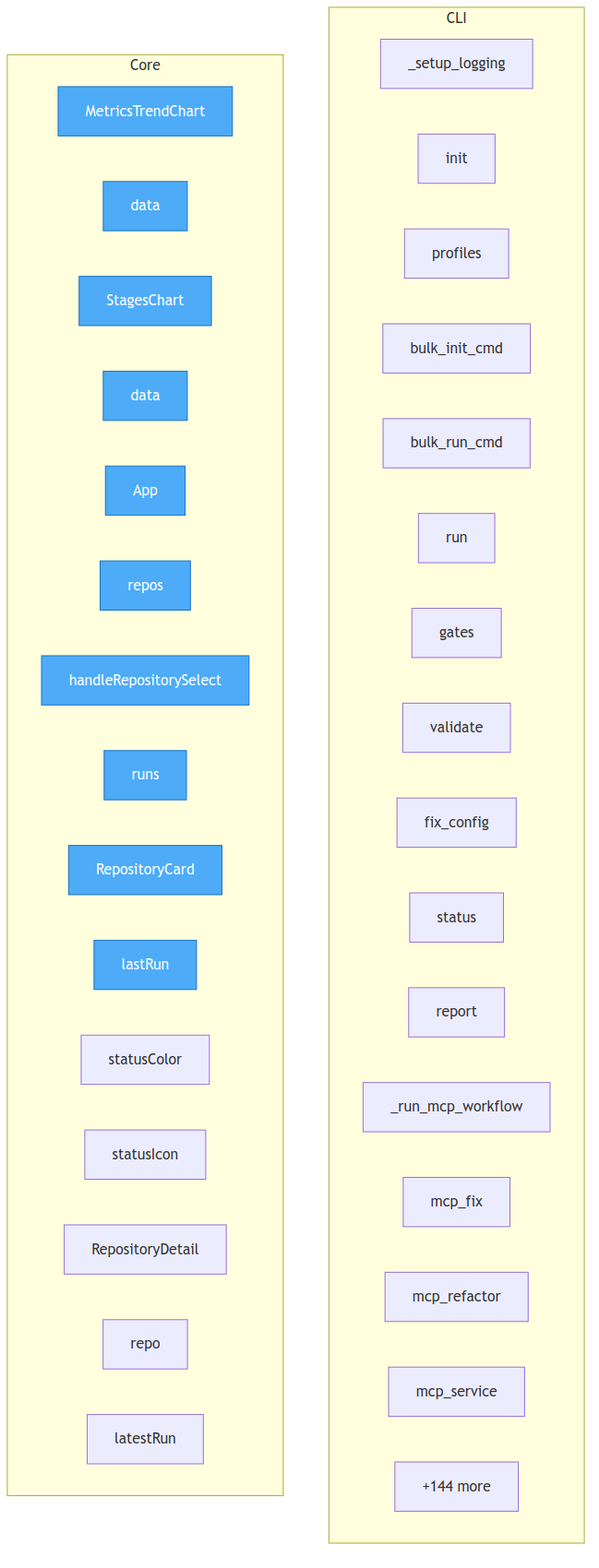
Above: project/flow.png in semcod/pyqual (Mermaid), before the change. Its source is kept beside it as project/flow.mmd.
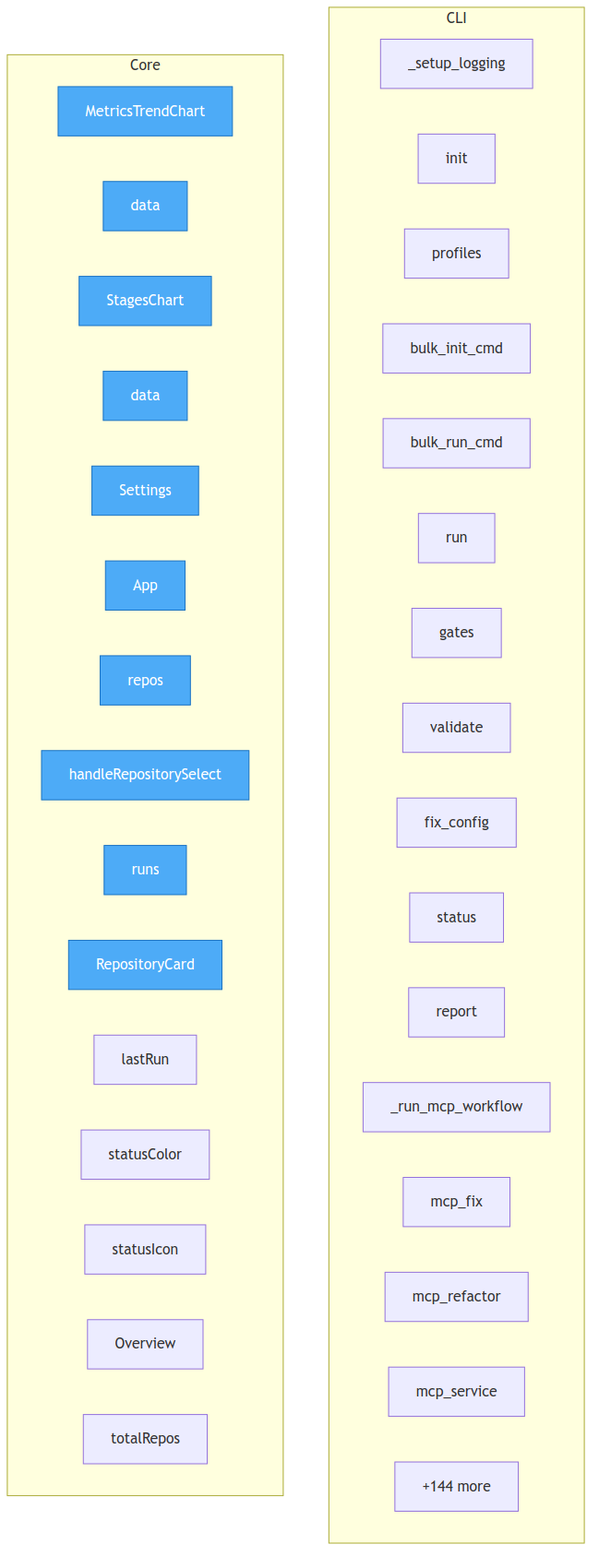
The same file after the commit.

What changed in the source:
```diff
@@ -26,6 +26,7 @@
         dashboard__src__components__MetricsTrendChart__data["data"]
         dashboard__src__components__StagesChart__StagesChart["StagesChart"]
         dashboard__src__components__StagesChart__data["data"]
+        dashboard__src__components__Settings__Settings["Settings"]
         dashboard__src__App__App["App"]
         dashboard__src__App__repos["repos"]
         dashboard__src__App__handleRepositorySelect["handleRepositorySelect"]
@@ -34,10 +35,9 @@
         dashboard__src__App__lastRun["lastRun"]
         dashboard__src__App__statusColor["statusColor"]
         dashboard__src__App__statusIcon["statusIcon"]
-        dashboard__src__components__RepositoryDetail__RepositoryDetail["RepositoryDetail"]
-        dashboard__src__components__RepositoryDetail__repo["repo"]
-        dashboard__src__components__RepositoryDetail__latestRun["latestRun"]
+        dashboard__src__components__Overview__Overview["Overview"]
+        dashboard__src__components__Overview__totalRepos["totalRepos"]
         ...["+144 more"]
     end
 
-    class dashboard__src__components__MetricsTrendChart__MetricsTrendChart,dashboard__src__components__MetricsTrendChart__data,dashboard__src__components__StagesChart__StagesChart,dashboard__src__components__StagesChart__data,dashboard__src__App__App,dashboard__src__App__repos,dashboard__src__App__handleRepositorySelect,dashboard__src__App__runs,dashboard__src__App__RepositoryCard,dashboard__src__App__lastRun entry
+    class dashboard__src__components__MetricsTrendChart__MetricsTrendChart,dashboard__src__components__MetricsTrendChart__data,dashboard__src__components__StagesChart__StagesChart,dashboard__src__components__StagesChart__data,dashboard__src__components__Settings__Settings,dashboard__src__App__App,dashboard__src__App__repos,dashboard__src__App__handleRepositorySelect,dashboard__src__App__runs,dashboard__src__App__RepositoryCard entry
```
